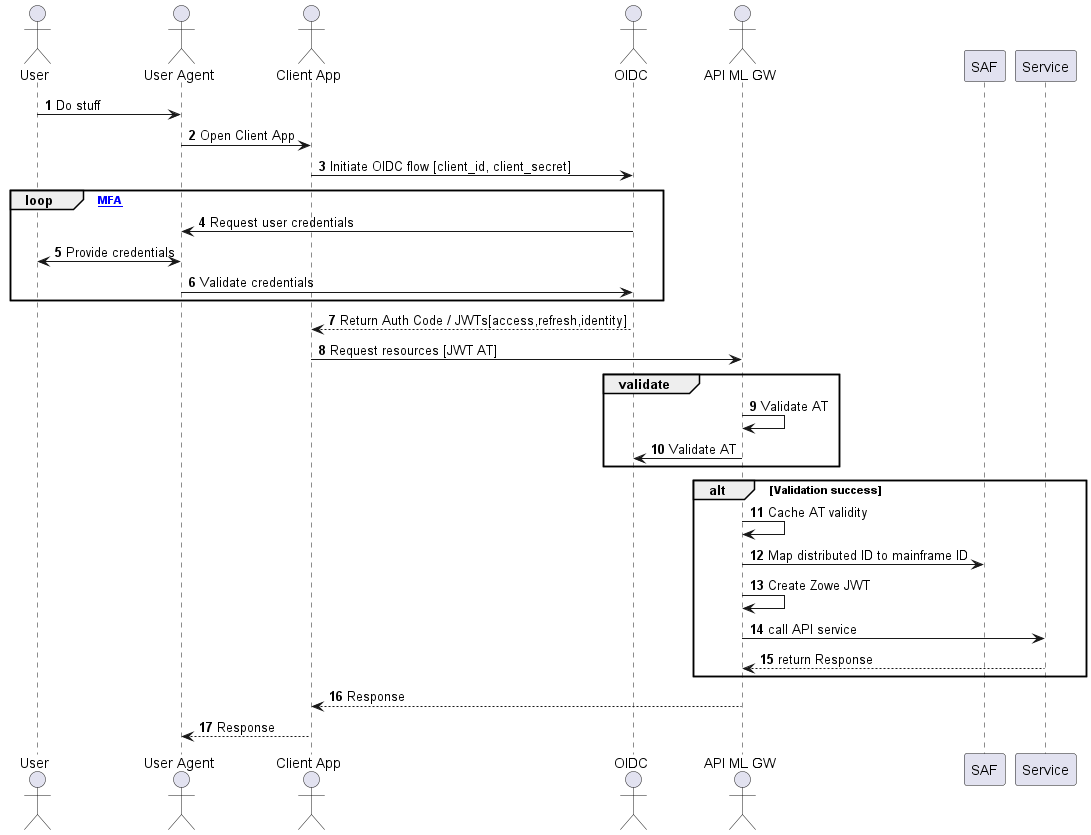
Earlier version of the PlantUML export docs/images/api-mediation/apiml-oidc-auth-seq.png (zowe/docs-site). The source it was exported from:
```plantuml
@startuml

autonumber
actor User
actor "User Agent" as Agent
actor "Client App" as Client
actor OIDC as OIDC
actor "API ML GW" as GW

User -> Agent: Do stuff
Agent -> Client: Open Client App
Client -> OIDC: Initiate OIDC flow [client_id, client_secret]
loop [MFA]
OIDC -> Agent: Request user credentials
User <-> Agent: Provide credentials
Agent -> OIDC: Validate credentials
end
OIDC --> Client: Return Auth Code / JWTs[access,refresh,identity]
Client -> GW: Request resources [JWT AT]
group validate
GW -> GW: Validate AT
GW -> OIDC: Validate AT
end
alt Validation success
GW -> GW: Cache AT validity
GW -> SAF: Map distributed ID to mainframe ID
GW -> GW: Create Zowe JWT
GW -> Service: call API service
Service --> GW: return Response
end
GW --> Client: Response
Client --> Agent: Response

@enduml
```
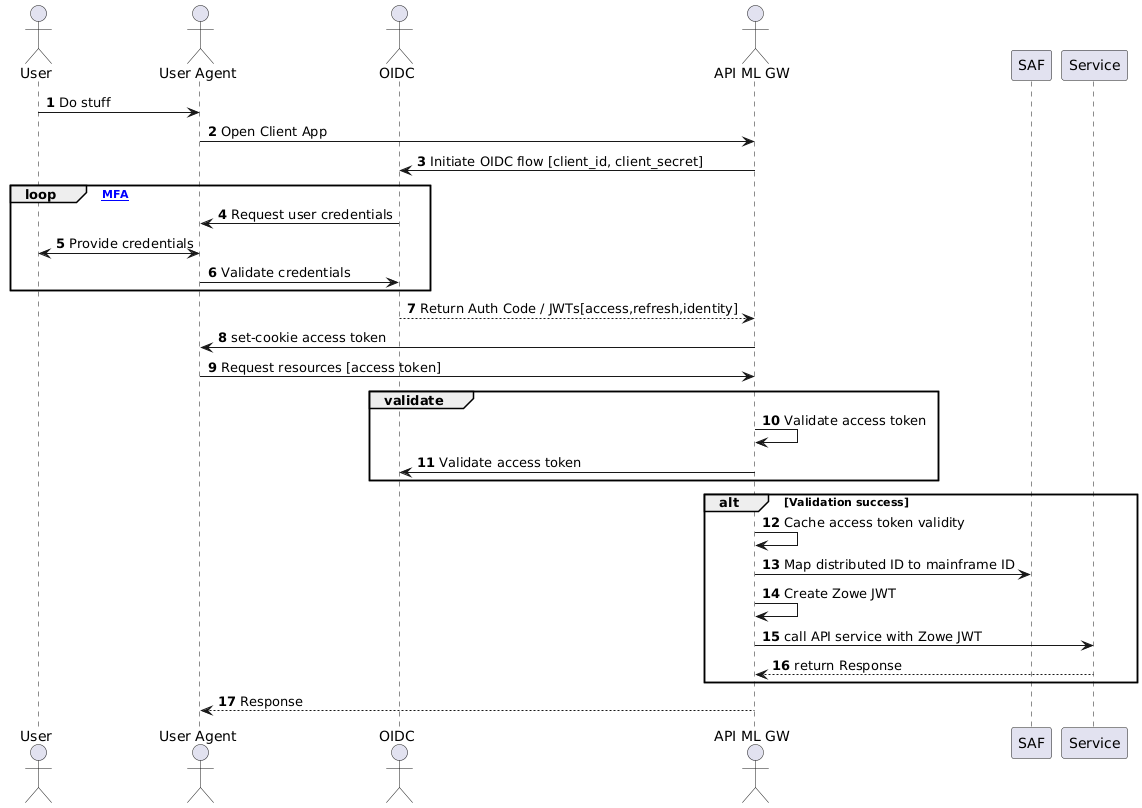
The same diagram one commit later.

Commit message:
OIDC auth sequence update

What changed in the source:
```diff
@@ -3,32 +3,30 @@
 autonumber
 actor User
 actor "User Agent" as Agent
-actor "Client App" as Client
 actor OIDC as OIDC
 actor "API ML GW" as GW
 
 User -> Agent: Do stuff
-Agent -> Client: Open Client App
-Client -> OIDC: Initiate OIDC flow [client_id, client_secret]
+Agent -> GW: Open Client App
+GW -> OIDC: Initiate OIDC flow [client_id, client_secret]
 loop [MFA]
 OIDC -> Agent: Request user credentials
 User <-> Agent: Provide credentials
 Agent -> OIDC: Validate credentials
 end
-OIDC --> Client: Return Auth Code / JWTs[access,refresh,identity]
-Client -> GW: Request resources [JWT AT]
+OIDC --> GW: Return Auth Code / JWTs[access,refresh,identity]
+GW -> Agent: set-cookie access token
+Agent -> GW: Request resources [access token]
 group validate
-GW -> GW: Validate AT
-GW -> OIDC: Validate AT
+GW -> GW: Validate access token
+GW -> OIDC: Validate access token
 end
 alt Validation success
-GW -> GW: Cache AT validity
+GW -> GW: Cache access token validity
 GW -> SAF: Map distributed ID to mainframe ID
 GW -> GW: Create Zowe JWT
-GW -> Service: call API service
+GW -> Service: call API service with Zowe JWT
 Service --> GW: return Response
 end
-GW --> Client: Response
-Client --> Agent: Response
-
+GW --> Agent: Response
 @enduml
```
